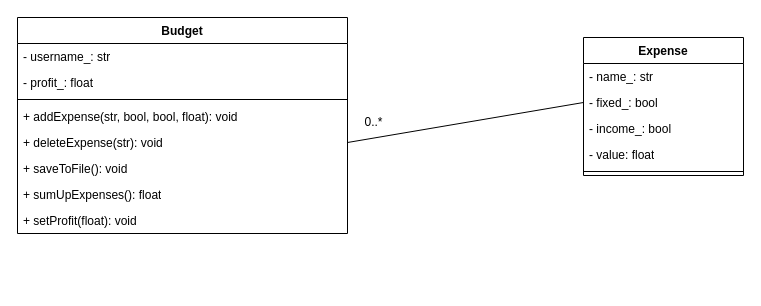
The draw.io diagram docs/budget_class_diagram.drawio in bruhe002/budgeting-tool, before the edit. Source tidied: cells renumbered, new cells numbered last; positions are measured from the earlier drawing's top-left corner, leaving out a move shared by most shapes. Both pictures are drawn from the tidied source at 100%, with x=0, y=0 at pixel (17, 17).
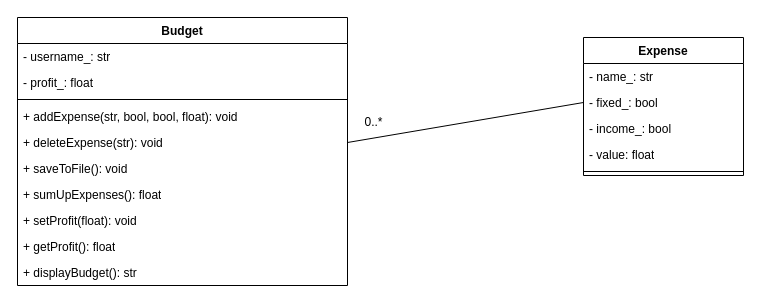
The same page after the edit.

Commit message:
Updated class diagram

Change to the diagram source:
```diff
@@
     <mxCell id="9" value="Budget" style="swimlane;fontStyle=1;align=center;verticalAlign=top;horizontal=1;startSize=26;whiteSpace=wrap;html=1;" parent="1" vertex="1">
-      <mxGeometry width="330" height="216" as="geometry" />
+      <mxGeometry width="330" height="268" as="geometry" />
     </mxCell>
@@
+    <mxCell id="19" value="+ getProfit(): float" style="text;strokeColor=none;fillColor=none;align=left;verticalAlign=top;spacingLeft=4;spacingRight=4;overflow=hidden;whiteSpace=wrap;html=1;" parent="9" vertex="1">
+      <mxGeometry y="216" width="330" height="26" as="geometry" />
+    </mxCell>
+    <mxCell id="20" value="+ displayBudget(): str" style="text;strokeColor=none;fillColor=none;align=left;verticalAlign=top;spacingLeft=4;spacingRight=4;overflow=hidden;whiteSpace=wrap;html=1;" parent="9" vertex="1">
+      <mxGeometry y="242" width="330" height="26" as="geometry" />
+    </mxCell>
```
